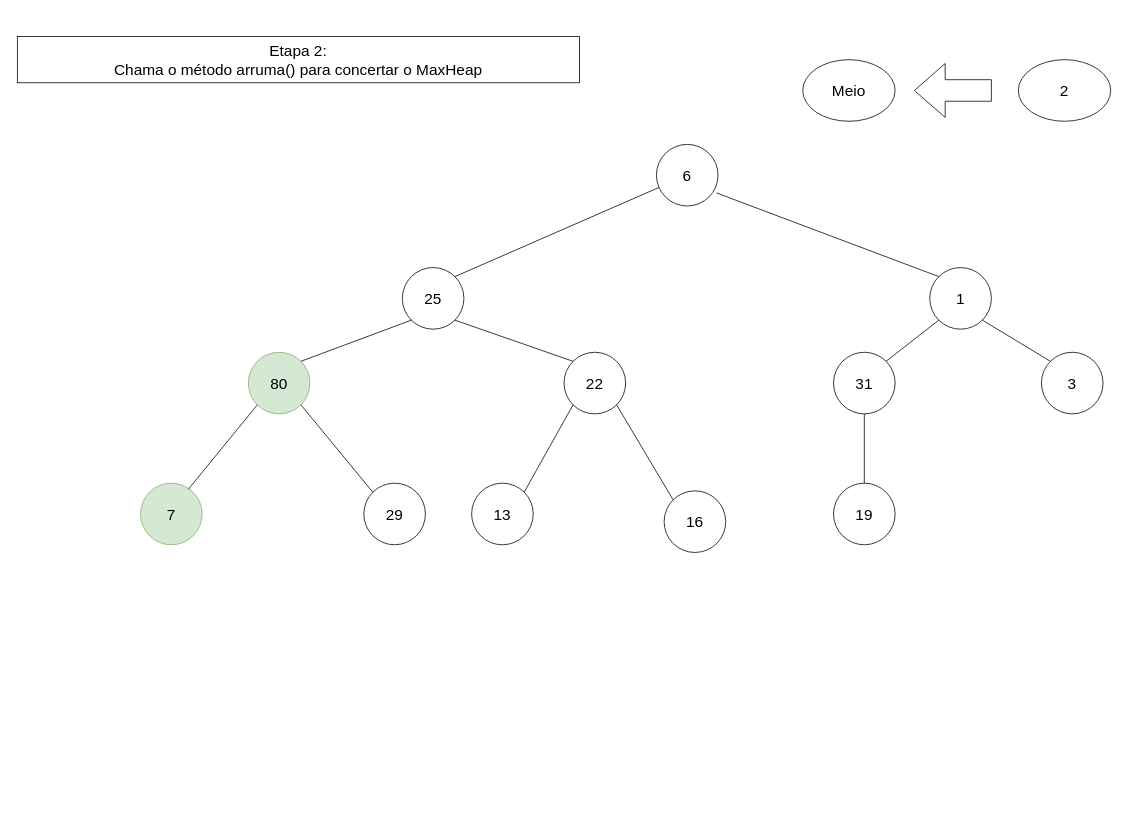
Above: page "Etapa 9" (10 of 21) of Diagrama_Heap.drawio in Xang0/Diagramas-de-Estruturas-de-Dado (draw.io), before the change. Source tidied: cells renumbered, new cells numbered last; positions are measured from the earlier drawing's top-left corner, leaving out a move shared by most shapes. Both pictures are drawn from the tidied source at 77%, with x=0, y=0 at pixel (17, 36).
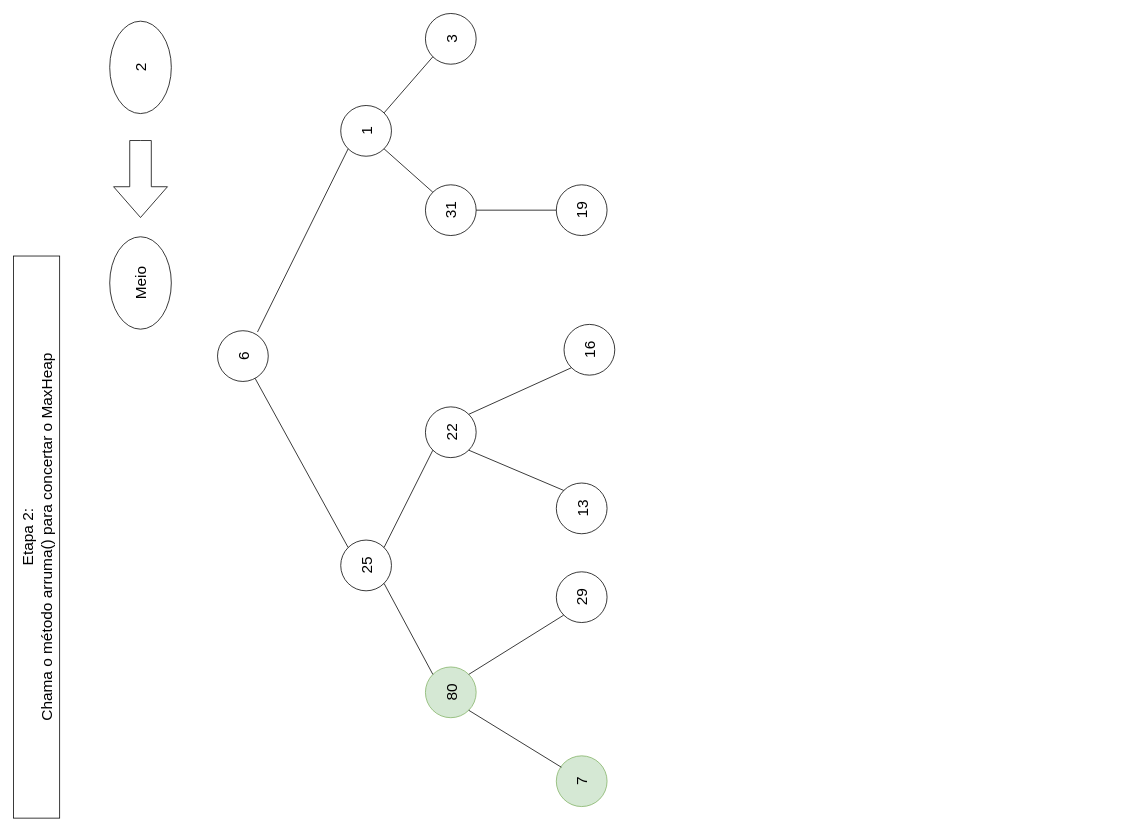
Above is the later version.

Diff of the diagram source:
```diff
@@
+    <mxCell id="25" value="&lt;font style=&quot;font-size: 20px;&quot;&gt;Etapa 2:&lt;br&gt;Chama o método arruma() para concertar o MaxHeap&lt;br&gt;&lt;/font&gt;" style="rounded=0;whiteSpace=wrap;html=1;rotation=-90;" parent="1" vertex="1">
+      <mxGeometry x="-340" y="620" width="730" height="60" as="geometry" />
+    </mxCell>
+    <mxCell id="26" value="&lt;font style=&quot;font-size: 20px;&quot;&gt;Meio&lt;/font&gt;" style="ellipse;whiteSpace=wrap;html=1;rotation=-90;" parent="1" vertex="1">
+      <mxGeometry x="100" y="280" width="120" height="80" as="geometry" />
+    </mxCell>
+    <mxCell id="27" style="html=1;shadow=0;dashed=0;align=center;verticalAlign=middle;shape=mxgraph.arrows2.arrow;dy=0.6;dx=40;flipH=1;notch=0;rotation=-90;" parent="1" vertex="1">
+      <mxGeometry x="110" y="150" width="100" height="70" as="geometry" />
+    </mxCell>
+    <mxCell id="28" value="&lt;font style=&quot;font-size: 20px;&quot;&gt;2&lt;/font&gt;" style="ellipse;whiteSpace=wrap;html=1;rotation=-90;" parent="1" vertex="1">
+      <mxGeometry x="100" width="120" height="80" as="geometry" />
+    </mxCell>
+    <mxCell id="29" style="group;" parent="1" vertex="1">
+      <mxGeometry x="260" y="-30" width="530" height="1030" as="geometry" />
+    </mxCell>
-    <mxCell id="2" value="&lt;font style=&quot;font-size: 20px;&quot;&gt;6&lt;/font&gt;" style="ellipse;whiteSpace=wrap;html=1;" parent="1" vertex="1">
-      <mxGeometry x="830" y="140" width="80" height="80" as="geometry" />
+    <mxCell id="2" value="&lt;font style=&quot;font-size: 20px;&quot;&gt;6&lt;/font&gt;" style="ellipse;whiteSpace=wrap;html=1;rotation=-90;" parent="29" vertex="1">
+      <mxGeometry y="412" width="65.9" height="65.9" as="geometry" />
     </mxCell>
-    <mxCell id="3" value="&lt;font style=&quot;font-size: 20px;&quot;&gt;25&lt;/font&gt;" style="ellipse;whiteSpace=wrap;html=1;" parent="1" vertex="1">
-      <mxGeometry x="500" y="300" width="80" height="80" as="geometry" />
+    <mxCell id="3" value="&lt;font style=&quot;font-size: 20px;&quot;&gt;25&lt;/font&gt;" style="ellipse;whiteSpace=wrap;html=1;rotation=-90;" parent="29" vertex="1">
+      <mxGeometry x="160" y="683.9" width="65.9" height="65.9" as="geometry" />
     </mxCell>
-    <mxCell id="4" value="&lt;font style=&quot;font-size: 20px;&quot;&gt;1&lt;/font&gt;" style="ellipse;whiteSpace=wrap;html=1;" parent="1" vertex="1">
-      <mxGeometry x="1185" y="300" width="80" height="80" as="geometry" />
+    <mxCell id="4" value="&lt;font style=&quot;font-size: 20px;&quot;&gt;1&lt;/font&gt;" style="ellipse;whiteSpace=wrap;html=1;rotation=-90;" parent="29" vertex="1">
+      <mxGeometry x="160" y="119.5" width="65.9" height="65.9" as="geometry" />
     </mxCell>
-    <mxCell id="5" style="endArrow=none;html=1;rounded=0;exitX=1;exitY=0;exitDx=0;exitDy=0;" parent="1" edge="1" source="3" target="2">
+    <mxCell id="5" style="endArrow=none;html=1;rounded=0;exitX=1;exitY=0;exitDx=0;exitDy=0;" parent="29" edge="1" source="3" target="2">
       <mxGeometry relative="1" as="geometry" />
     </mxCell>
-    <mxCell id="6" style="endArrow=none;html=1;rounded=0;entryX=0.975;entryY=0.788;entryDx=0;entryDy=0;entryPerimeter=0;exitX=0;exitY=0;exitDx=0;exitDy=0;" parent="1" edge="1" source="4" target="2">
+    <mxCell id="6" style="endArrow=none;html=1;rounded=0;entryX=0.975;entryY=0.788;entryDx=0;entryDy=0;entryPerimeter=0;exitX=0;exitY=0;exitDx=0;exitDy=0;" parent="29" edge="1" source="4" target="2">
       <mxGeometry relative="1" as="geometry" />
     </mxCell>
-    <mxCell id="7" value="&lt;font style=&quot;font-size: 20px;&quot;&gt;80&lt;/font&gt;" style="ellipse;whiteSpace=wrap;html=1;fillColor=#d5e8d4;strokeColor=#82b366;" parent="1" vertex="1">
-      <mxGeometry x="300" y="410" width="80" height="80" as="geometry" />
+    <mxCell id="7" value="&lt;font style=&quot;font-size: 20px;&quot;&gt;80&lt;/font&gt;" style="ellipse;whiteSpace=wrap;html=1;fillColor=#d5e8d4;strokeColor=#82b366;rotation=-90;" parent="29" vertex="1">
+      <mxGeometry x="270" y="848.7" width="65.9" height="65.9" as="geometry" />
     </mxCell>
-    <mxCell id="8" value="&lt;font style=&quot;font-size: 20px;&quot;&gt;22&lt;/font&gt;" style="ellipse;whiteSpace=wrap;html=1;" parent="1" vertex="1">
-      <mxGeometry x="710" y="410" width="80" height="80" as="geometry" />
+    <mxCell id="8" value="&lt;font style=&quot;font-size: 20px;&quot;&gt;22&lt;/font&gt;" style="ellipse;whiteSpace=wrap;html=1;rotation=-90;" parent="29" vertex="1">
+      <mxGeometry x="270" y="510.9" width="65.9" height="65.9" as="geometry" />
     </mxCell>
-    <mxCell id="9" style="endArrow=none;html=1;rounded=0;entryX=0;entryY=1;entryDx=0;entryDy=0;exitX=1;exitY=0;exitDx=0;exitDy=0;" parent="1" edge="1" source="7" target="3">
+    <mxCell id="9" style="endArrow=none;html=1;rounded=0;entryX=0;entryY=1;entryDx=0;entryDy=0;exitX=1;exitY=0;exitDx=0;exitDy=0;" parent="29" edge="1" source="7" target="3">
       <mxGeometry relative="1" as="geometry" />
     </mxCell>
-    <mxCell id="10" style="endArrow=none;html=1;rounded=0;entryX=1;entryY=1;entryDx=0;entryDy=0;exitX=0;exitY=0;exitDx=0;exitDy=0;" parent="1" edge="1" source="8" target="3">
+    <mxCell id="10" style="endArrow=none;html=1;rounded=0;entryX=1;entryY=1;entryDx=0;entryDy=0;exitX=0;exitY=0;exitDx=0;exitDy=0;" parent="29" edge="1" source="8" target="3">
       <mxGeometry relative="1" as="geometry" />
     </mxCell>
-    <mxCell id="11" value="&lt;font style=&quot;font-size: 20px;&quot;&gt;16&lt;/font&gt;" style="ellipse;whiteSpace=wrap;html=1;" parent="1" vertex="1">
-      <mxGeometry x="840" y="590" width="80" height="80" as="geometry" />
+    <mxCell id="11" value="&lt;font style=&quot;font-size: 20px;&quot;&gt;16&lt;/font&gt;" style="ellipse;whiteSpace=wrap;html=1;rotation=-90;" parent="29" vertex="1">
+      <mxGeometry x="450" y="403.8" width="65.9" height="65.9" as="geometry" />
     </mxCell>
-    <mxCell id="12" value="&lt;font style=&quot;font-size: 20px;&quot;&gt;13&lt;/font&gt;" style="ellipse;whiteSpace=wrap;html=1;" parent="1" vertex="1">
-      <mxGeometry x="590" y="580" width="80" height="80" as="geometry" />
+    <mxCell id="12" value="&lt;font style=&quot;font-size: 20px;&quot;&gt;13&lt;/font&gt;" style="ellipse;whiteSpace=wrap;html=1;rotation=-90;" parent="29" vertex="1">
+      <mxGeometry x="440" y="609.8" width="65.9" height="65.9" as="geometry" />
     </mxCell>
-    <mxCell id="13" style="endArrow=none;html=1;rounded=0;entryX=1;entryY=1;entryDx=0;entryDy=0;exitX=0;exitY=0;exitDx=0;exitDy=0;" parent="1" edge="1" source="11" target="8">
+    <mxCell id="13" style="endArrow=none;html=1;rounded=0;entryX=1;entryY=1;entryDx=0;entryDy=0;exitX=0;exitY=0;exitDx=0;exitDy=0;" parent="29" edge="1" source="11" target="8">
       <mxGeometry relative="1" as="geometry" />
     </mxCell>
-    <mxCell id="14" style="endArrow=none;html=1;rounded=0;entryX=0;entryY=1;entryDx=0;entryDy=0;exitX=1;exitY=0;exitDx=0;exitDy=0;" parent="1" edge="1" source="12" target="8">
+    <mxCell id="14" style="endArrow=none;html=1;rounded=0;entryX=0;entryY=1;entryDx=0;entryDy=0;exitX=1;exitY=0;exitDx=0;exitDy=0;" parent="29" edge="1" source="12" target="8">
       <mxGeometry relative="1" as="geometry" />
     </mxCell>
-    <mxCell id="15" value="&lt;font style=&quot;font-size: 20px;&quot;&gt;29&lt;/font&gt;" style="ellipse;whiteSpace=wrap;html=1;" parent="1" vertex="1">
-      <mxGeometry x="450" y="580" width="80" height="80" as="geometry" />
+    <mxCell id="15" value="&lt;font style=&quot;font-size: 20px;&quot;&gt;29&lt;/font&gt;" style="ellipse;whiteSpace=wrap;html=1;rotation=-90;" parent="29" vertex="1">
+      <mxGeometry x="440" y="725.1" width="65.9" height="65.9" as="geometry" />
     </mxCell>
-    <mxCell id="16" value="&lt;font style=&quot;font-size: 20px;&quot;&gt;7&lt;/font&gt;" style="ellipse;whiteSpace=wrap;html=1;fillColor=#d5e8d4;strokeColor=#82b366;" parent="1" vertex="1">
-      <mxGeometry x="160" y="580" width="80" height="80" as="geometry" />
+    <mxCell id="16" value="&lt;font style=&quot;font-size: 20px;&quot;&gt;7&lt;/font&gt;" style="ellipse;whiteSpace=wrap;html=1;fillColor=#d5e8d4;strokeColor=#82b366;rotation=-90;" parent="29" vertex="1">
+      <mxGeometry x="440" y="964.1" width="65.9" height="65.9" as="geometry" />
     </mxCell>
-    <mxCell id="17" style="endArrow=none;html=1;rounded=0;entryX=1;entryY=1;entryDx=0;entryDy=0;exitX=0;exitY=0;exitDx=0;exitDy=0;" parent="1" edge="1" source="15" target="7">
+    <mxCell id="17" style="endArrow=none;html=1;rounded=0;entryX=1;entryY=1;entryDx=0;entryDy=0;exitX=0;exitY=0;exitDx=0;exitDy=0;" parent="29" edge="1" source="15" target="7">
       <mxGeometry relative="1" as="geometry" />
     </mxCell>
-    <mxCell id="18" style="endArrow=none;html=1;rounded=0;entryX=0;entryY=1;entryDx=0;entryDy=0;exitX=0.775;exitY=0.1;exitDx=0;exitDy=0;exitPerimeter=0;" parent="1" edge="1" source="16" target="7">
+    <mxCell id="18" style="endArrow=none;html=1;rounded=0;entryX=0;entryY=1;entryDx=0;entryDy=0;exitX=0.775;exitY=0.1;exitDx=0;exitDy=0;exitPerimeter=0;" parent="29" edge="1" source="16" target="7">
       <mxGeometry relative="1" as="geometry" />
     </mxCell>
-    <mxCell id="19" value="&lt;font style=&quot;font-size: 20px;&quot;&gt;31&lt;/font&gt;" style="ellipse;whiteSpace=wrap;html=1;" parent="1" vertex="1">
-      <mxGeometry x="1060" y="410" width="80" height="80" as="geometry" />
+    <mxCell id="19" value="&lt;font style=&quot;font-size: 20px;&quot;&gt;31&lt;/font&gt;" style="ellipse;whiteSpace=wrap;html=1;rotation=-90;" parent="29" vertex="1">
+      <mxGeometry x="270" y="222.5" width="65.9" height="65.9" as="geometry" />
     </mxCell>
-    <mxCell id="20" value="&lt;font style=&quot;font-size: 20px;&quot;&gt;3&lt;/font&gt;" style="ellipse;whiteSpace=wrap;html=1;" parent="1" vertex="1">
-      <mxGeometry x="1330" y="410" width="80" height="80" as="geometry" />
+    <mxCell id="20" value="&lt;font style=&quot;font-size: 20px;&quot;&gt;3&lt;/font&gt;" style="ellipse;whiteSpace=wrap;html=1;rotation=-90;" parent="29" vertex="1">
+      <mxGeometry x="270" width="65.9" height="65.9" as="geometry" />
     </mxCell>
-    <mxCell id="21" style="endArrow=none;html=1;rounded=0;entryX=0;entryY=1;entryDx=0;entryDy=0;exitX=1;exitY=0;exitDx=0;exitDy=0;" parent="1" edge="1" source="19" target="4">
+    <mxCell id="21" style="endArrow=none;html=1;rounded=0;entryX=0;entryY=1;entryDx=0;entryDy=0;exitX=1;exitY=0;exitDx=0;exitDy=0;" parent="29" edge="1" source="19" target="4">
       <mxGeometry relative="1" as="geometry" />
     </mxCell>
-    <mxCell id="22" style="endArrow=none;html=1;rounded=0;entryX=1;entryY=1;entryDx=0;entryDy=0;exitX=0;exitY=0;exitDx=0;exitDy=0;" parent="1" edge="1" source="20" target="4">
+    <mxCell id="22" style="endArrow=none;html=1;rounded=0;entryX=1;entryY=1;entryDx=0;entryDy=0;exitX=0;exitY=0;exitDx=0;exitDy=0;" parent="29" edge="1" source="20" target="4">
       <mxGeometry relative="1" as="geometry" />
     </mxCell>
-    <mxCell id="23" value="&lt;font style=&quot;font-size: 20px;&quot;&gt;19&lt;/font&gt;" style="ellipse;whiteSpace=wrap;html=1;" parent="1" vertex="1">
-      <mxGeometry x="1060" y="580" width="80" height="80" as="geometry" />
+    <mxCell id="23" value="&lt;font style=&quot;font-size: 20px;&quot;&gt;19&lt;/font&gt;" style="ellipse;whiteSpace=wrap;html=1;rotation=-90;" parent="29" vertex="1">
+      <mxGeometry x="440" y="222.5" width="65.9" height="65.9" as="geometry" />
     </mxCell>
-    <mxCell id="24" style="endArrow=none;html=1;rounded=0;entryX=0.5;entryY=1;entryDx=0;entryDy=0;exitX=0.5;exitY=0;exitDx=0;exitDy=0;" parent="1" edge="1" source="23" target="19">
+    <mxCell id="24" style="endArrow=none;html=1;rounded=0;entryX=0.5;entryY=1;entryDx=0;entryDy=0;exitX=0.5;exitY=0;exitDx=0;exitDy=0;" parent="29" edge="1" source="23" target="19">
       <mxGeometry relative="1" as="geometry" />
     </mxCell>
-    <mxCell id="25" value="&lt;font style=&quot;font-size: 20px;&quot;&gt;Etapa 2:&lt;br&gt;Chama o método arruma() para concertar o MaxHeap&lt;br&gt;&lt;/font&gt;" style="rounded=0;whiteSpace=wrap;html=1;" parent="1" vertex="1">
-      <mxGeometry width="730" height="60" as="geometry" />
-    </mxCell>
-    <mxCell id="26" value="&lt;font style=&quot;font-size: 20px;&quot;&gt;Meio&lt;/font&gt;" style="ellipse;whiteSpace=wrap;html=1;" parent="1" vertex="1">
-      <mxGeometry x="1020" y="30" width="120" height="80" as="geometry" />
-    </mxCell>
-    <mxCell id="27" style="html=1;shadow=0;dashed=0;align=center;verticalAlign=middle;shape=mxgraph.arrows2.arrow;dy=0.6;dx=40;flipH=1;notch=0;" parent="1" vertex="1">
-      <mxGeometry x="1165" y="35" width="100" height="70" as="geometry" />
-    </mxCell>
-    <mxCell id="28" value="&lt;font style=&quot;font-size: 20px;&quot;&gt;2&lt;/font&gt;" style="ellipse;whiteSpace=wrap;html=1;" parent="1" vertex="1">
-      <mxGeometry x="1300" y="30" width="120" height="80" as="geometry" />
-    </mxCell>
```
